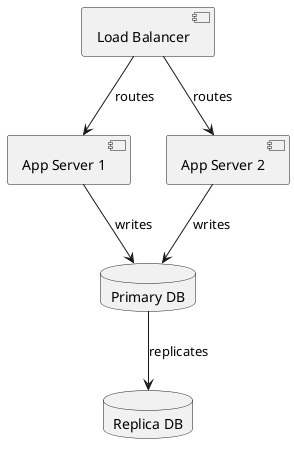
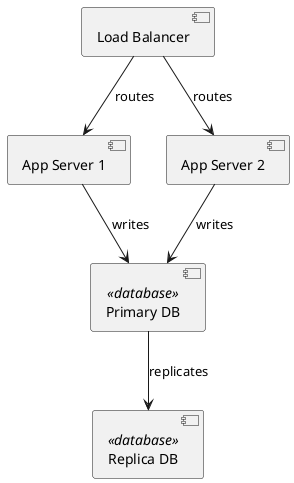
@startuml
component "Load Balancer" as LB
component "App Server 1" as App1
component "App Server 2" as App2
- database "Primary DB" as PDB
- database "Replica DB" as RDB
+ component "Primary DB" as PDB <<database>>
+ component "Replica DB" as RDB <<database>>
LB --> App1 : routes
LB --> App2 : routes
App1 --> PDB : writes
App2 --> PDB : writes
PDB --> RDB : replicates
@enduml
